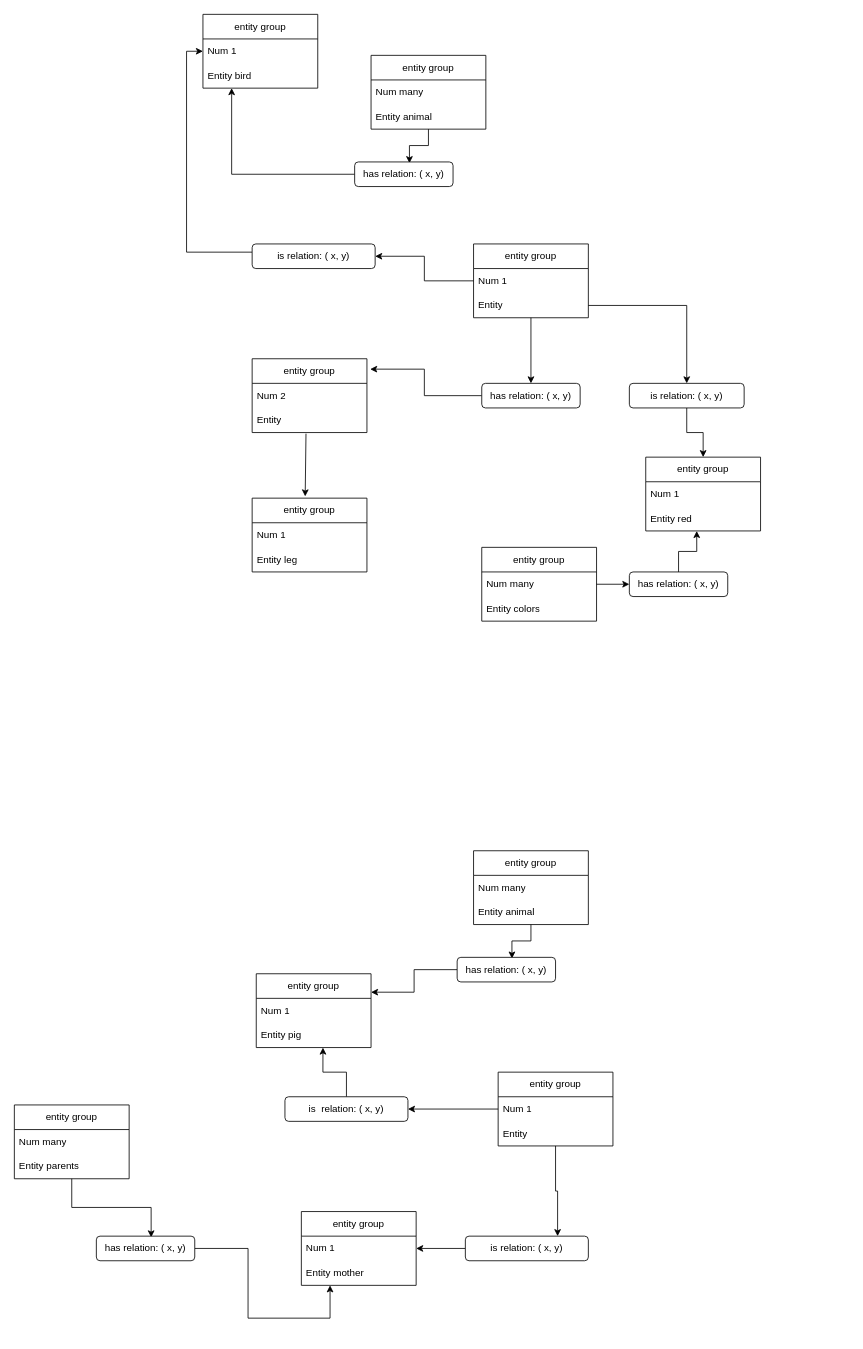
This is Untitled Diagram.drawio from leolikescoding/Language, a draw.io file, before an edit. Source tidied: cells renumbered, new cells numbered last; positions are measured from the earlier drawing's top-left corner, leaving out a move shared by most shapes. Both pictures are drawn from the tidied source at 82%, with x=0, y=0 at pixel (14, 14).
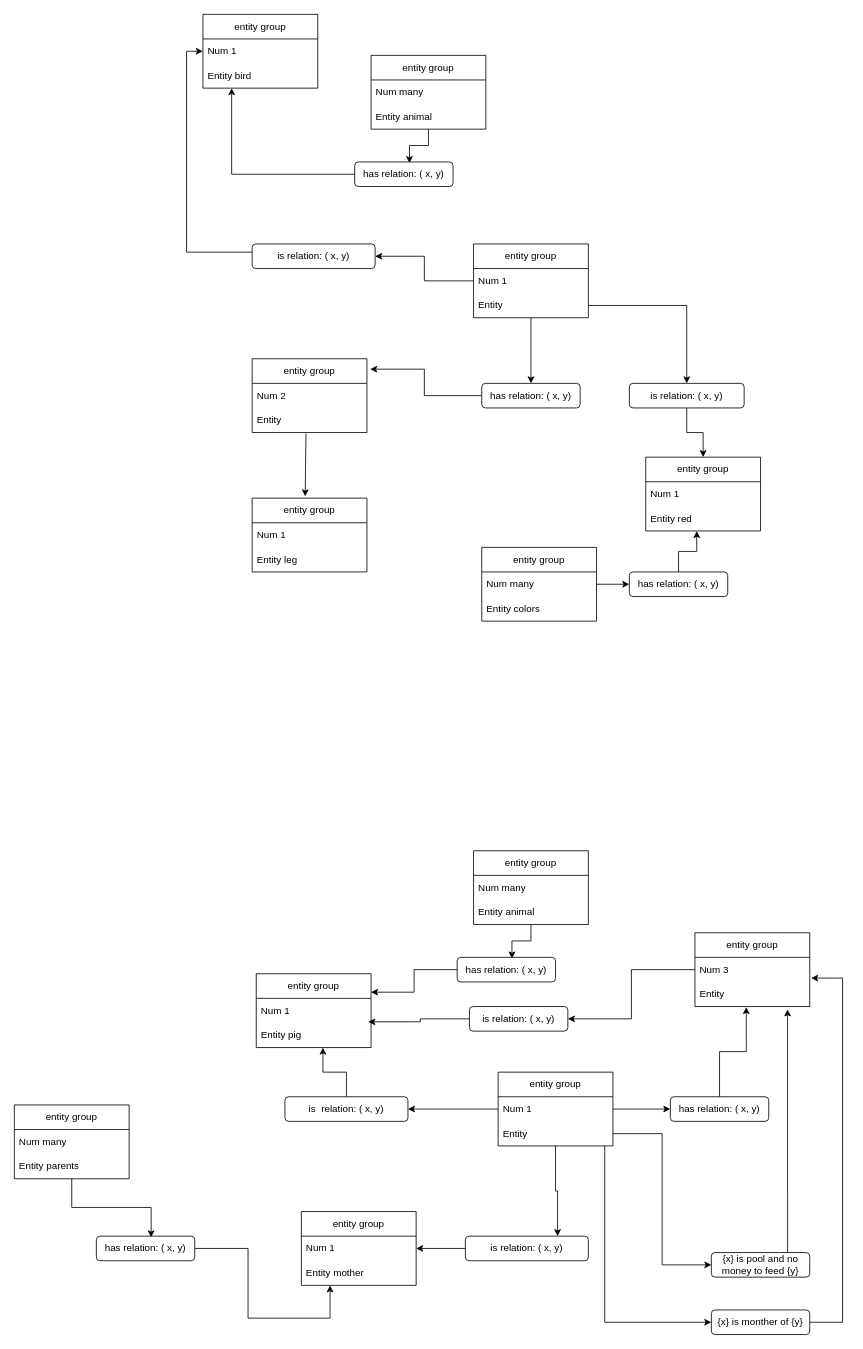
The same diagram, later.

The change refers to these unchanged cells:
```xml
<mxCell id="30" value="Entity pig" style="text;strokeColor=none;fillColor=none;align=left;verticalAlign=middle;spacingLeft=4;spacingRight=4;overflow=hidden;points=[[0,0.5],[1,0.5]];portConstraint=eastwest;whiteSpace=wrap;html=1;" parent="28" vertex="1">
  <mxGeometry y="60" width="140" height="30" as="geometry" />
</mxCell>
<mxCell id="36" value="Num 1" style="text;strokeColor=none;fillColor=none;align=left;verticalAlign=middle;spacingLeft=4;spacingRight=4;overflow=hidden;points=[[0,0.5],[1,0.5]];portConstraint=eastwest;whiteSpace=wrap;html=1;" parent="35" vertex="1">
  <mxGeometry y="30" width="140" height="30" as="geometry" />
</mxCell>
<mxCell id="37" value="Entity&amp;nbsp;" style="text;strokeColor=none;fillColor=none;align=left;verticalAlign=middle;spacingLeft=4;spacingRight=4;overflow=hidden;points=[[0,0.5],[1,0.5]];portConstraint=eastwest;whiteSpace=wrap;html=1;" parent="35" vertex="1">
  <mxGeometry y="60" width="140" height="30" as="geometry" />
</mxCell>
```

Change to the diagram source:
```diff
@@
+    <mxCell id="66" value="entity group" style="swimlane;fontStyle=0;horizontal=1;startSize=30;whiteSpace=wrap;html=1;" parent="1" vertex="1">
+      <mxGeometry x="830" y="1120" width="140" height="90" as="geometry" />
+    </mxCell>
+    <mxCell id="67" value="Num 3" style="text;strokeColor=none;fillColor=none;align=left;verticalAlign=middle;spacingLeft=4;spacingRight=4;overflow=hidden;points=[[0,0.5],[1,0.5]];portConstraint=eastwest;whiteSpace=wrap;html=1;" parent="66" vertex="1">
+      <mxGeometry y="30" width="140" height="30" as="geometry" />
+    </mxCell>
+    <mxCell id="68" value="Entity" style="text;strokeColor=none;fillColor=none;align=left;verticalAlign=middle;spacingLeft=4;spacingRight=4;overflow=hidden;points=[[0,0.5],[1,0.5]];portConstraint=eastwest;whiteSpace=wrap;html=1;" parent="66" vertex="1">
+      <mxGeometry y="60" width="140" height="30" as="geometry" />
+    </mxCell>
+    <mxCell id="69" style="edgeStyle=orthogonalEdgeStyle;rounded=0;jettySize=auto;html=1;entryX=0.976;entryY=-0.046;entryDx=0;entryDy=0;entryPerimeter=0;" parent="1" edge="1" source="70" target="30">
+      <mxGeometry relative="1" as="geometry" />
+    </mxCell>
+    <mxCell id="70" value="is relation: ( x, y)" style="rounded=1;whiteSpace=wrap;html=1;" parent="1" vertex="1">
+      <mxGeometry x="555" y="1210" width="120" height="30" as="geometry" />
+    </mxCell>
+    <mxCell id="71" style="edgeStyle=orthogonalEdgeStyle;rounded=0;jettySize=auto;html=1;entryX=1;entryY=0.5;entryDx=0;entryDy=0;" parent="1" edge="1" source="67" target="70">
+      <mxGeometry relative="1" as="geometry" />
+    </mxCell>
+    <mxCell id="72" style="edgeStyle=orthogonalEdgeStyle;rounded=0;jettySize=auto;html=1;entryX=0.447;entryY=1.017;entryDx=0;entryDy=0;entryPerimeter=0;" parent="1" edge="1" source="73" target="68">
+      <mxGeometry relative="1" as="geometry" />
+    </mxCell>
+    <mxCell id="73" value="has relation: ( x, y)" style="rounded=1;whiteSpace=wrap;html=1;" parent="1" vertex="1">
+      <mxGeometry x="800" y="1320" width="120" height="30" as="geometry" />
+    </mxCell>
+    <mxCell id="74" style="edgeStyle=orthogonalEdgeStyle;rounded=0;jettySize=auto;html=1;entryX=0;entryY=0.5;entryDx=0;entryDy=0;" parent="1" edge="1" source="36" target="73">
+      <mxGeometry relative="1" as="geometry" />
+    </mxCell>
+    <mxCell id="75" style="edgeStyle=orthogonalEdgeStyle;rounded=0;jettySize=auto;html=1;entryX=0.807;entryY=1.113;entryDx=0;entryDy=0;entryPerimeter=0;" parent="1" edge="1" source="76" target="68">
+      <mxGeometry relative="1" as="geometry">
+        <Array as="points">
+          <mxPoint x="943" y="1440" />
+          <mxPoint x="943" y="1440" />
+        </Array>
+      </mxGeometry>
+    </mxCell>
+    <mxCell id="76" value="{x} is pool and no money to feed {y}" style="rounded=1;whiteSpace=wrap;html=1;" parent="1" vertex="1">
+      <mxGeometry x="850" y="1510" width="120" height="30" as="geometry" />
+    </mxCell>
+    <mxCell id="77" style="edgeStyle=orthogonalEdgeStyle;rounded=0;jettySize=auto;html=1;entryX=0;entryY=0.5;entryDx=0;entryDy=0;" parent="1" edge="1" source="37" target="76">
+      <mxGeometry relative="1" as="geometry" />
+    </mxCell>
+    <mxCell id="78" style="edgeStyle=orthogonalEdgeStyle;rounded=0;jettySize=auto;html=1;entryX=1.012;entryY=0.843;entryDx=0;entryDy=0;entryPerimeter=0;" parent="1" edge="1" source="79" target="67">
+      <mxGeometry relative="1" as="geometry">
+        <Array as="points">
+          <mxPoint x="1010" y="1595" />
+          <mxPoint x="1010" y="1175" />
+        </Array>
+      </mxGeometry>
+    </mxCell>
+    <mxCell id="79" value="{x} is monther of {y}" style="rounded=1;whiteSpace=wrap;html=1;" parent="1" vertex="1">
+      <mxGeometry x="850" y="1580" width="120" height="30" as="geometry" />
+    </mxCell>
+    <mxCell id="80" style="edgeStyle=orthogonalEdgeStyle;rounded=0;jettySize=auto;html=1;entryX=0;entryY=0.5;entryDx=0;entryDy=0;" parent="1" edge="1" source="37" target="79">
+      <mxGeometry relative="1" as="geometry">
+        <Array as="points">
+          <mxPoint x="720" y="1595" />
+        </Array>
+      </mxGeometry>
+    </mxCell>
```
